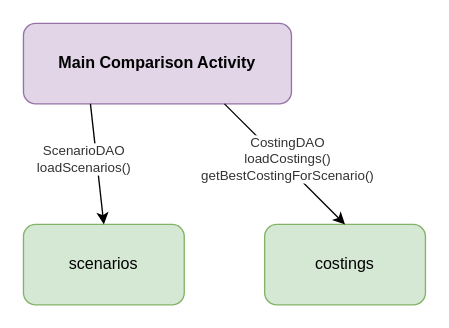
Above: docs/model/main-comparison.drawio in Tonyslogic/comparetout (draw.io), before the change. Source tidied: cells renumbered, new cells numbered last; positions are measured from the earlier drawing's top-left corner, leaving out a move shared by most shapes. Both pictures are drawn from the tidied source at 134%, with x=0, y=0 at pixel (23, 23).
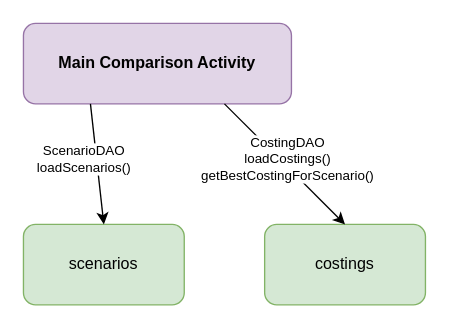
Above is the later version.

The edit, as a diff of the source:
```diff
@@
 <mxGraphModel>
   <root>
     <mxCell id="0" />
     <mxCell id="1" parent="0" />
     <mxCell id="2" value="Main Comparison Activity" style="rounded=1;whiteSpace=wrap;html=1;fillColor=#E1D5E7;strokeColor=#9673A6;fontColor=#000000;fontStyle=1;" parent="1" vertex="1">
       <mxGeometry width="200" height="60" as="geometry" />
     </mxCell>
     <mxCell id="3" value="scenarios" style="rounded=1;whiteSpace=wrap;html=1;fillColor=#D5E8D4;strokeColor=#82B366;fontColor=#000000;" parent="1" vertex="1">
       <mxGeometry y="150" width="120" height="60" as="geometry" />
     </mxCell>
     <mxCell id="4" value="costings" style="rounded=1;whiteSpace=wrap;html=1;fillColor=#D5E8D4;strokeColor=#82B366;fontColor=#000000;" parent="1" vertex="1">
       <mxGeometry x="180" y="150" width="120" height="60" as="geometry" />
     </mxCell>
     <mxCell id="5" style="endArrow=classic;html=1;rounded=1;exitX=0.25;exitY=1;exitDx=0;exitDy=0;entryX=0.5;entryY=0;entryDx=0;entryDy=0;" parent="1" edge="1" source="2" target="3">
       <mxGeometry relative="1" as="geometry" />
     </mxCell>
-    <mxCell id="6" value="ScenarioDAO&#10;loadScenarios()" style="edgeLabel;html=1;align=center;verticalAlign=middle;fontSize=10;fontColor=#333333;" parent="5" vertex="1">
+    <mxCell id="6" value="ScenarioDAO&#10;loadScenarios()" style="edgeLabel;html=1;align=center;verticalAlign=middle;fontSize=10;fontColor=#000000;labelBackgroundColor=#FFFFFF;" parent="5" vertex="1">
       <mxGeometry x="-0.2" y="1" relative="1" as="geometry">
         <mxPoint x="-10" y="5" as="offset" />
       </mxGeometry>
     </mxCell>
     <mxCell id="7" style="endArrow=classic;html=1;rounded=1;exitX=0.75;exitY=1;exitDx=0;exitDy=0;entryX=0.5;entryY=0;entryDx=0;entryDy=0;" parent="1" edge="1" source="2" target="4">
       <mxGeometry relative="1" as="geometry" />
     </mxCell>
-    <mxCell id="8" value="CostingDAO&#10;loadCostings()&#10;getBestCostingForScenario()" style="edgeLabel;html=1;align=center;verticalAlign=middle;fontSize=10;fontColor=#333333;" parent="7" vertex="1">
+    <mxCell id="8" value="CostingDAO&#10;loadCostings()&#10;getBestCostingForScenario()" style="edgeLabel;html=1;align=center;verticalAlign=middle;fontSize=10;fontColor=#000000;labelBackgroundColor=#FFFFFF;" parent="7" vertex="1">
       <mxGeometry x="-0.2" y="1" relative="1" as="geometry">
         <mxPoint x="10" y="5" as="offset" />
       </mxGeometry>
     </mxCell>
   </root>
 </mxGraphModel>
```
